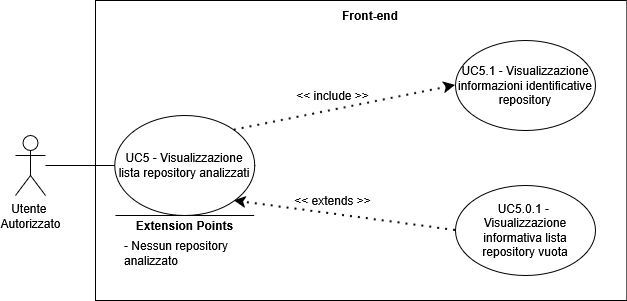
Above: assets/diagrams/UC5.png in SkarabGroup/DocumentazioneProgetto (draw.io), before the change. Source tidied: cells renumbered, new cells last; positions are measured from the earlier drawing's top-left corner, leaving out a move shared by most shapes.
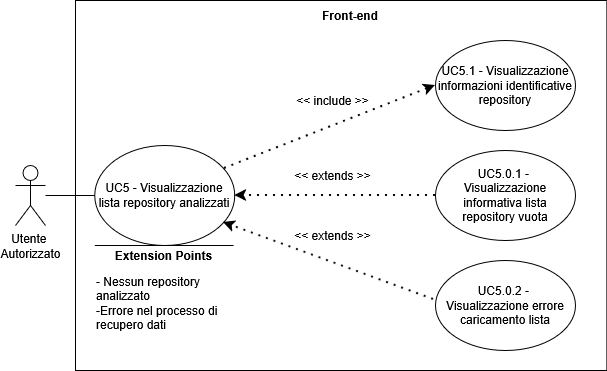
Above is the later version.

Change to the diagram source:
```diff
@@ -3,46 +3,55 @@
     <mxCell id="0" />
     <mxCell id="1" parent="0" />
     <mxCell id="2" style="swimlane;startSize=0;" parent="1" vertex="1">
-      <mxGeometry x="80" width="531.4" height="300" as="geometry" />
+      <mxGeometry x="60" width="531.4" height="370" as="geometry" />
     </mxCell>
     <mxCell id="3" value="Front-end" style="text;html=1;whiteSpace=wrap;strokeColor=none;fillColor=none;align=center;verticalAlign=middle;rounded=0;perimeterSpacing=1;fontStyle=1;" parent="2" vertex="1">
       <mxGeometry x="235" width="80" height="30" as="geometry" />
     </mxCell>
     <mxCell id="4" value="UC5 - Visualizzazione lista repository analizzati" style="ellipse;whiteSpace=wrap;html=1;" parent="2" vertex="1">
-      <mxGeometry x="19.3" y="115" width="140" height="100" as="geometry" />
+      <mxGeometry x="19.3" y="145" width="140" height="100" as="geometry" />
     </mxCell>
     <mxCell id="5" value="&amp;lt;&amp;lt; include &amp;gt;&amp;gt;" style="text;html=1;whiteSpace=wrap;strokeColor=none;fillColor=none;align=center;verticalAlign=middle;rounded=0;" parent="2" vertex="1">
-      <mxGeometry x="190" y="80" width="95" height="30" as="geometry" />
+      <mxGeometry x="210" y="85" width="95" height="30" as="geometry" />
     </mxCell>
     <mxCell id="6" value="UC5.1 - Visualizzazione informazioni identificative repository" style="ellipse;whiteSpace=wrap;html=1;" parent="2" vertex="1">
       <mxGeometry x="360" y="40" width="140" height="90" as="geometry" />
     </mxCell>
-    <mxCell id="7" style="endArrow=classic;dashed=1;html=1;dashPattern=1 3;strokeWidth=2;rounded=0;entryX=0;entryY=0.5;entryDx=0;entryDy=0;exitX=1;exitY=0;exitDx=0;exitDy=0;strokeColor=default;curved=0;endFill=1;endSize=6;" parent="2" edge="1" source="4" target="6">
+    <mxCell id="7" style="endArrow=classic;dashed=1;html=1;dashPattern=1 3;strokeWidth=2;rounded=0;entryX=0;entryY=0.5;entryDx=0;entryDy=0;exitX=0.926;exitY=0.23;exitDx=0;exitDy=0;strokeColor=default;curved=0;endFill=1;endSize=6;exitPerimeter=0;" parent="2" edge="1" source="4" target="6">
       <mxGeometry relative="1" as="geometry" />
     </mxCell>
     <mxCell id="8" value="&amp;lt;&amp;lt; extends &amp;gt;&amp;gt;" style="text;html=1;whiteSpace=wrap;strokeColor=none;fillColor=none;align=center;verticalAlign=middle;rounded=0;" parent="2" vertex="1">
-      <mxGeometry x="190" y="185" width="95" height="30" as="geometry" />
+      <mxGeometry x="210" y="160" width="95" height="30" as="geometry" />
     </mxCell>
     <mxCell id="9" value="UC5.0.1 -&amp;nbsp;&lt;div&gt;Visualizzazione informativa lista repository vuota&lt;/div&gt;" style="ellipse;whiteSpace=wrap;html=1;" parent="2" vertex="1">
-      <mxGeometry x="360" y="185" width="140" height="90" as="geometry" />
+      <mxGeometry x="360" y="150" width="140" height="90" as="geometry" />
     </mxCell>
-    <mxCell id="10" style="endArrow=classic;dashed=1;html=1;dashPattern=1 3;strokeWidth=2;rounded=0;exitX=0;exitY=0.5;exitDx=0;exitDy=0;strokeColor=default;curved=0;endFill=1;endSize=6;entryX=1;entryY=1;entryDx=0;entryDy=0;" parent="2" edge="1" source="9" target="4">
+    <mxCell id="10" style="endArrow=classic;dashed=1;html=1;dashPattern=1 3;strokeWidth=2;rounded=0;exitX=0;exitY=0.5;exitDx=0;exitDy=0;strokeColor=default;curved=0;endFill=1;endSize=6;entryX=1;entryY=0.5;entryDx=0;entryDy=0;" parent="2" edge="1" source="9" target="4">
       <mxGeometry relative="1" as="geometry" />
     </mxCell>
     <mxCell id="11" style="endArrow=none;html=1;rounded=0;" parent="2" edge="1">
       <mxGeometry relative="1" as="geometry">
-        <mxPoint x="158.7" y="215" as="sourcePoint" />
-        <mxPoint x="19.9" y="215" as="targetPoint" />
+        <mxPoint x="158.1" y="245" as="sourcePoint" />
+        <mxPoint x="19.3" y="245" as="targetPoint" />
       </mxGeometry>
     </mxCell>
     <mxCell id="12" value="&lt;b&gt;Extension Points&lt;/b&gt;" style="text;html=1;whiteSpace=wrap;strokeColor=none;fillColor=none;align=center;verticalAlign=middle;rounded=0;strokeWidth=5;" parent="2" vertex="1">
-      <mxGeometry x="31.8" y="210" width="115" height="30" as="geometry" />
+      <mxGeometry x="31.2" y="240" width="115" height="30" as="geometry" />
     </mxCell>
-    <mxCell id="13" value="&lt;div align=&quot;left&quot;&gt;- Nessun repository analizzato&lt;/div&gt;" style="text;html=1;whiteSpace=wrap;strokeColor=none;fillColor=none;align=left;verticalAlign=middle;rounded=0;" parent="2" vertex="1">
-      <mxGeometry x="26.8" y="210" width="147" height="85" as="geometry" />
+    <mxCell id="13" value="&lt;div align=&quot;left&quot;&gt;- Nessun repository analizzato&lt;/div&gt;&lt;div&gt;-Errore nel processo di recupero dati&lt;/div&gt;" style="text;html=1;whiteSpace=wrap;strokeColor=none;fillColor=none;align=left;verticalAlign=middle;rounded=0;" parent="2" vertex="1">
+      <mxGeometry x="19.3" y="260" width="147" height="85" as="geometry" />
     </mxCell>
+    <mxCell id="16" value="UC5.0.2 -&amp;nbsp;&lt;div&gt;Visualizzazione errore caricamento lista&lt;/div&gt;" style="ellipse;whiteSpace=wrap;html=1;" parent="2" vertex="1">
+      <mxGeometry x="360" y="260" width="140" height="90" as="geometry" />
+    </mxCell>
+    <mxCell id="17" style="endArrow=classic;dashed=1;html=1;dashPattern=1 3;strokeWidth=2;rounded=0;exitX=-0.014;exitY=0.433;exitDx=0;exitDy=0;strokeColor=default;curved=0;endFill=1;endSize=6;entryX=0.919;entryY=0.77;entryDx=0;entryDy=0;entryPerimeter=0;exitPerimeter=0;" parent="2" edge="1" source="16" target="4">
+      <mxGeometry relative="1" as="geometry" />
+    </mxCell>
+    <mxCell id="18" value="&amp;lt;&amp;lt; extends &amp;gt;&amp;gt;" style="text;html=1;whiteSpace=wrap;strokeColor=none;fillColor=none;align=center;verticalAlign=middle;rounded=0;" parent="2" vertex="1">
+      <mxGeometry x="210" y="220" width="95" height="30" as="geometry" />
+    </mxCell>
     <mxCell id="14" value="&lt;div&gt;Utente&amp;nbsp;&lt;/div&gt;&lt;div&gt;Autorizzato&lt;/div&gt;" style="shape=umlActor;verticalLabelPosition=bottom;verticalAlign=top;html=1;outlineConnect=0;" parent="1" vertex="1">
-      <mxGeometry y="135" width="30" height="60" as="geometry" />
+      <mxGeometry y="165" width="30" height="60" as="geometry" />
     </mxCell>
     <mxCell id="15" style="endArrow=none;html=1;rounded=0;entryX=0;entryY=0.5;entryDx=0;entryDy=0;" parent="1" edge="1" source="14" target="4">
       <mxGeometry relative="1" as="geometry" />
```
